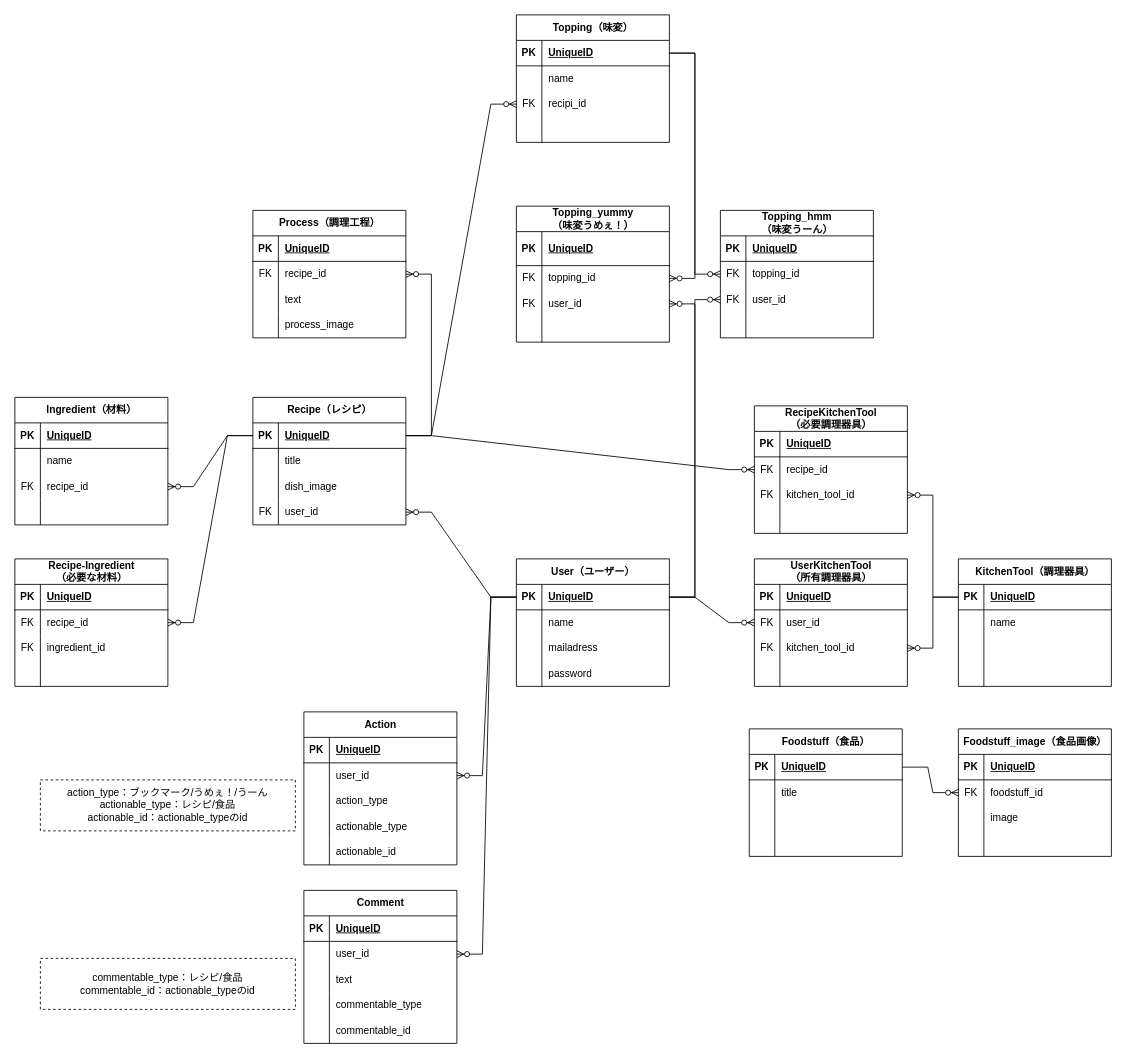
Above: E.R.Diagram_primorphic.drawio in ankoro-mochi24/portfolio (draw.io), before the change. Source tidied: cells renumbered, new cells numbered last; positions are measured from the earlier drawing's top-left corner, leaving out a move shared by most shapes. Both pictures are drawn from the tidied source at 85%, with x=0, y=0 at pixel (14, -109).
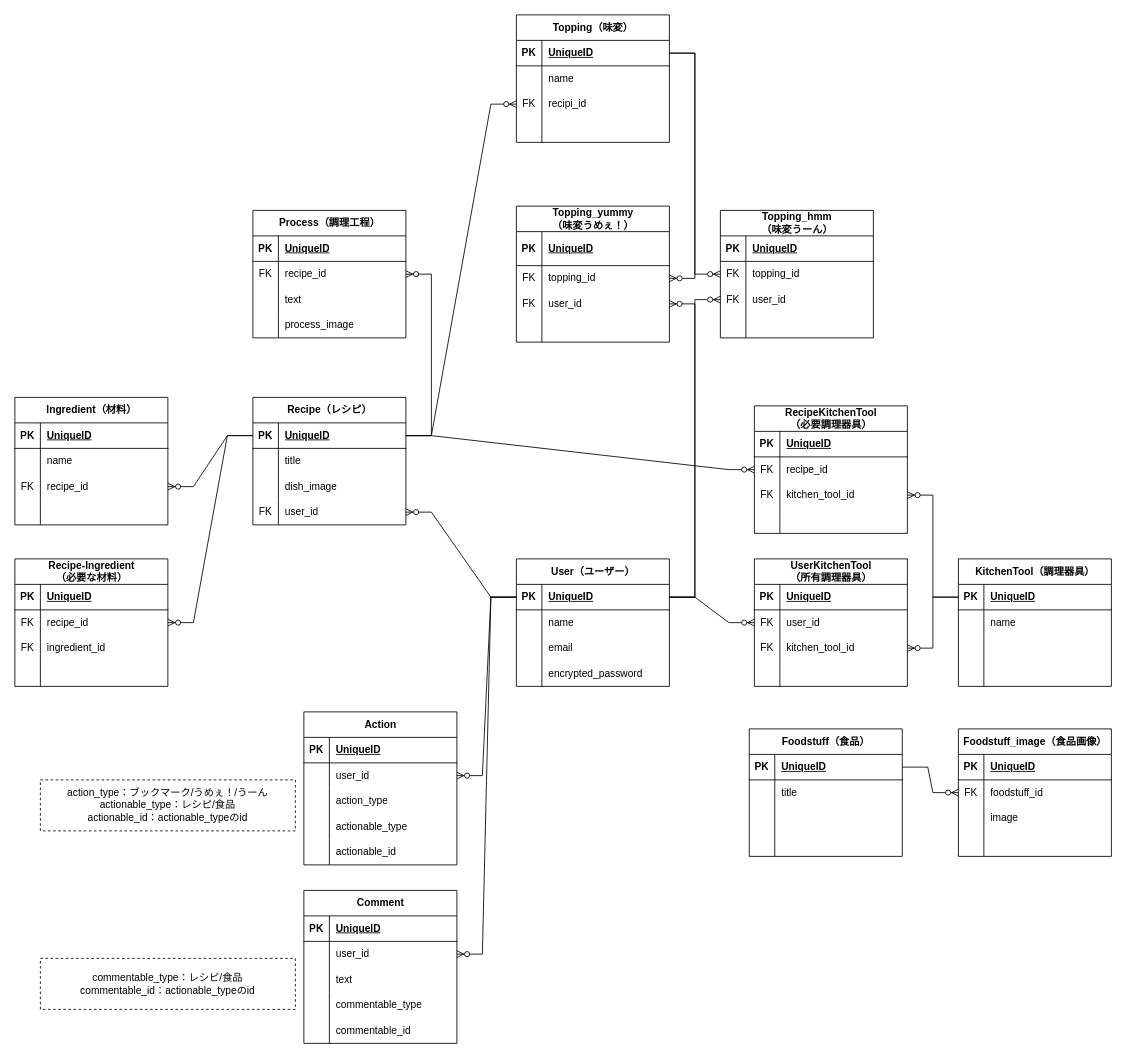
The same diagram, later.

Unchanged cells that the change refers to:
```xml
<mxCell id="9" style="shape=tableRow;horizontal=0;startSize=0;swimlaneHead=0;swimlaneBody=0;fillColor=none;top=0;left=0;right=0;bottom=0;" parent="2" vertex="1">
  <mxGeometry y="90" width="180" height="30" as="geometry" />
</mxCell>
<mxCell id="12" style="shape=tableRow;horizontal=0;startSize=0;swimlaneHead=0;swimlaneBody=0;fillColor=none;top=0;left=0;right=0;bottom=0;" parent="2" vertex="1">
  <mxGeometry y="120" width="180" height="30" as="geometry" />
</mxCell>
```

Change to the diagram source:
```diff
@@
-    <mxCell id="11" value="mailadress" style="shape=partialRectangle;fillColor=none;top=0;left=0;bottom=0;right=0;align=left;spacingLeft=6;overflow=hidden;whiteSpace=wrap;html=1;" parent="9" vertex="1">
+    <mxCell id="11" value="email" style="shape=partialRectangle;fillColor=none;top=0;left=0;bottom=0;right=0;align=left;spacingLeft=6;overflow=hidden;whiteSpace=wrap;html=1;" parent="9" vertex="1">
       <mxGeometry x="30" width="150" height="30" as="geometry" />
     </mxCell>
@@
-    <mxCell id="14" value="password" style="shape=partialRectangle;fillColor=none;top=0;left=0;bottom=0;right=0;align=left;spacingLeft=6;overflow=hidden;whiteSpace=wrap;html=1;" parent="12" vertex="1">
+    <mxCell id="14" value="encrypted_password" style="shape=partialRectangle;fillColor=none;top=0;left=0;bottom=0;right=0;align=left;spacingLeft=6;overflow=hidden;whiteSpace=wrap;html=1;" parent="12" vertex="1">
       <mxGeometry x="30" width="150" height="30" as="geometry" />
     </mxCell>
```
